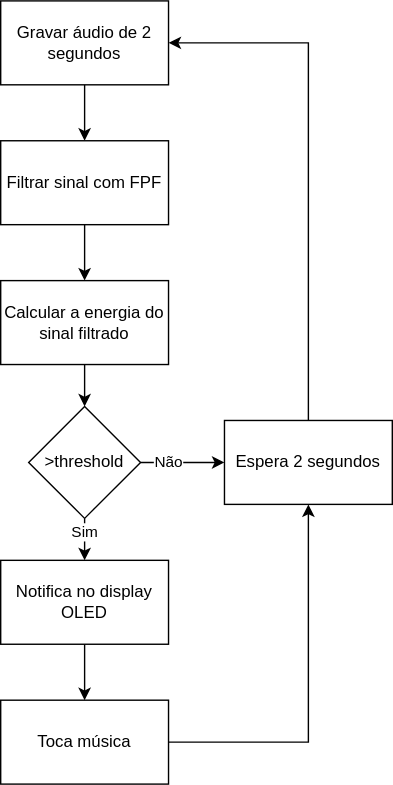
Before: diagrams/app_flowchart.svg, a diagram exported from draw.io (gabryellejs/EA801_Baby_Cry). Source tidied: cells renumbered, new cells last; positions are measured from the earlier drawing's top-left corner, leaving out a move shared by most shapes.
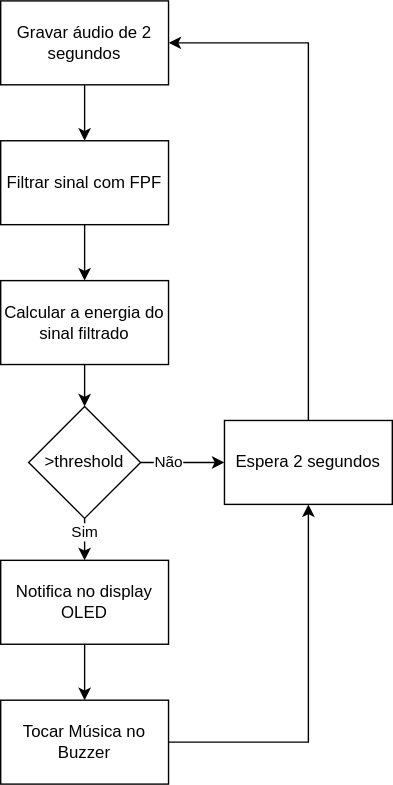
Above is the later version.

What changed in the source:
```diff
@@ -38,7 +38,7 @@
     <mxCell id="13" style="edgeStyle=orthogonalEdgeStyle;html=1;entryX=0.5;entryY=1;entryDx=0;entryDy=0;strokeWidth=1;rounded=0;curved=0;" parent="1" edge="1" source="14" target="18">
       <mxGeometry relative="1" as="geometry" />
     </mxCell>
-    <mxCell id="14" value="Toca música" style="rounded=0;whiteSpace=wrap;html=1;" parent="1" vertex="1">
+    <mxCell id="14" value="Tocar Música no Buzzer" style="rounded=0;whiteSpace=wrap;html=1;" parent="1" vertex="1">
       <mxGeometry y="500" width="120" height="60" as="geometry" />
     </mxCell>
     <mxCell id="15" style="edgeStyle=none;html=1;entryX=0.5;entryY=0;entryDx=0;entryDy=0;" parent="1" edge="1" source="16" target="14">
```
